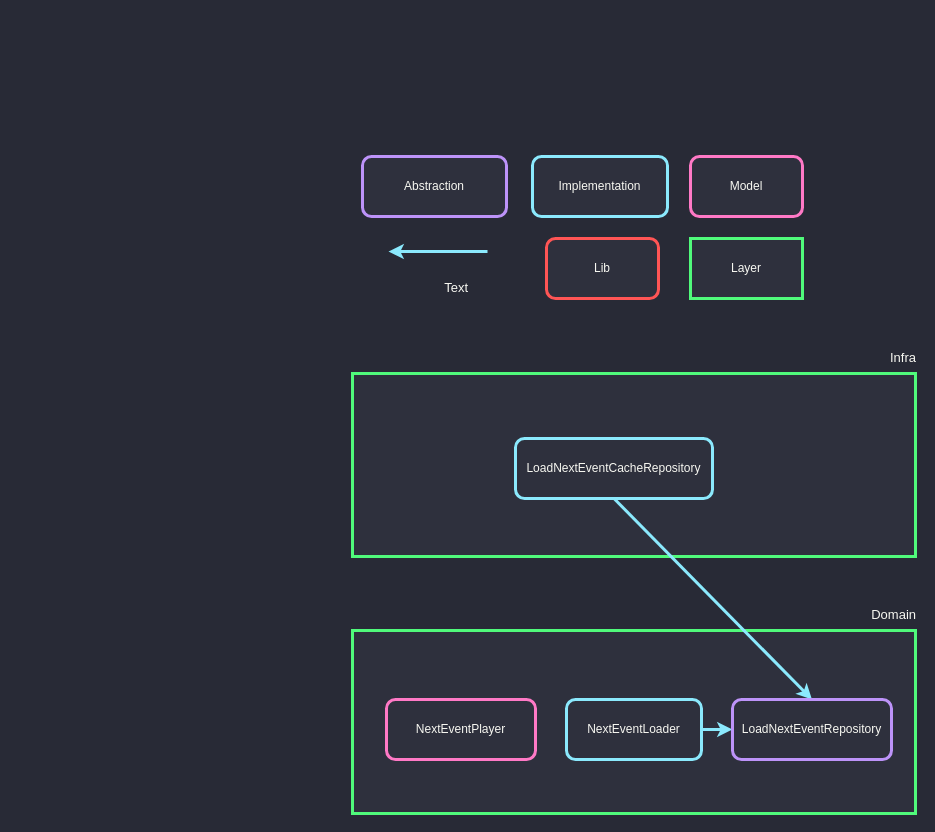
Earlier version of the draw.io diagram docs/dependencies.drawio (rmanguinho/advanced-flutter). Source tidied: cells renumbered, new cells numbered last; positions are measured from the earlier drawing's top-left corner, leaving out a move shared by most shapes. Both pictures are drawn from the tidied source at 100%, with x=0, y=0 at pixel (352, 156).
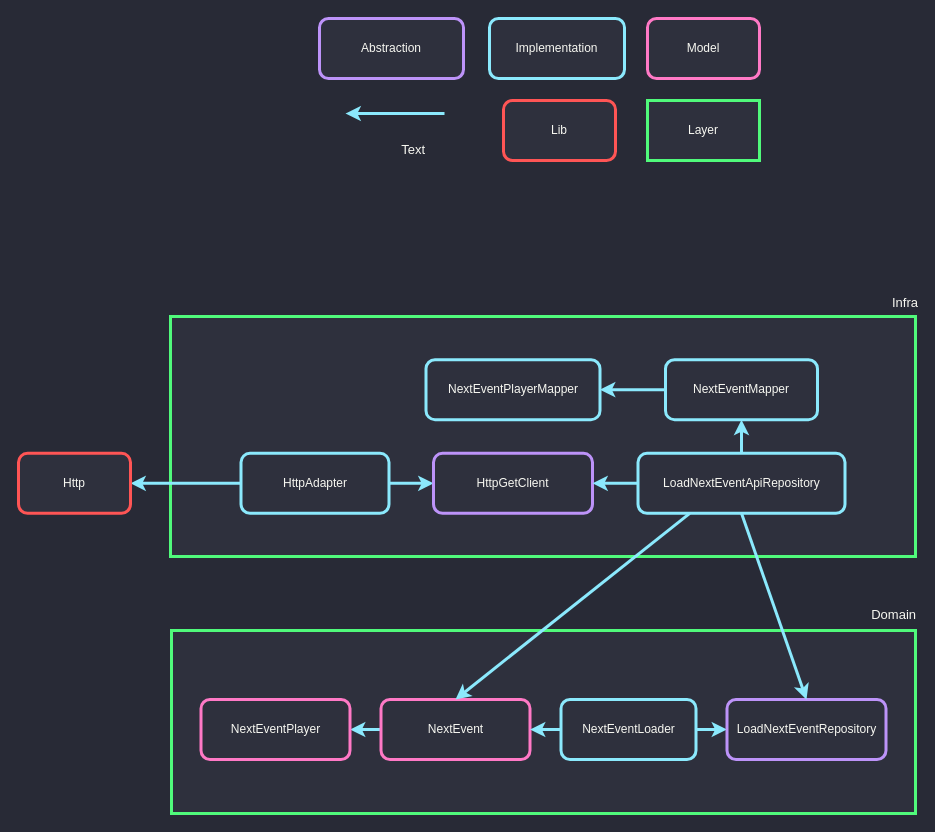
The same diagram, later.

Commit message:
update dependencies diagram

What changed in the source:
```diff
@@
     <mxCell id="2" value="Abstraction" style="rounded=1;whiteSpace=wrap;html=1;strokeColor=#BD93F9;fillColor=#2E303D;strokeWidth=3;fontColor=#F8F8F2;" parent="1" vertex="1">
-      <mxGeometry x="10" width="144" height="60" as="geometry" />
+      <mxGeometry x="-33" y="-138" width="144" height="60" as="geometry" />
     </mxCell>
     <mxCell id="3" value="Model" style="rounded=1;whiteSpace=wrap;html=1;strokeColor=#FF79C6;fillColor=#2E303D;strokeWidth=3;fontColor=#F8F8F2;" parent="1" vertex="1">
-      <mxGeometry x="338" width="112" height="60" as="geometry" />
+      <mxGeometry x="295" y="-138" width="112" height="60" as="geometry" />
     </mxCell>
     <mxCell id="4" value="Text" style="text;html=1;align=right;verticalAlign=middle;spacingTop=0;fontColor=#F8F8F2;fontSize=13;spacing=0;" parent="1" vertex="1">
-      <mxGeometry x="77" y="120" width="38" height="22" as="geometry" />
+      <mxGeometry x="34" y="-18" width="38" height="22" as="geometry" />
     </mxCell>
@@
     <mxCell id="7" style="edgeStyle=orthogonalEdgeStyle;rounded=0;orthogonalLoop=1;jettySize=auto;html=1;strokeColor=#8BE9FD;strokeWidth=3;" parent="1" edge="1">
       <mxGeometry relative="1" as="geometry">
-        <mxPoint x="135" y="95" as="sourcePoint" />
-        <mxPoint x="36" y="95" as="targetPoint" />
+        <mxPoint x="92" y="-43" as="sourcePoint" />
+        <mxPoint x="-7" y="-43" as="targetPoint" />
       </mxGeometry>
     </mxCell>
     <mxCell id="8" value="Implementation" style="rounded=1;whiteSpace=wrap;html=1;strokeColor=#8BE9FD;fillColor=#2E303D;strokeWidth=3;fontColor=#F8F8F2;" parent="1" vertex="1">
-      <mxGeometry x="180" width="135" height="60" as="geometry" />
+      <mxGeometry x="137" y="-138" width="135" height="60" as="geometry" />
     </mxCell>
     <mxCell id="9" value="Layer" style="rounded=0;whiteSpace=wrap;html=1;strokeColor=#50FA7B;fillColor=#2E303D;strokeWidth=3;fontColor=#F8F8F2;" parent="1" vertex="1">
-      <mxGeometry x="338" y="82" width="112" height="60" as="geometry" />
+      <mxGeometry x="295" y="-56" width="112" height="60" as="geometry" />
     </mxCell>
     <mxCell id="10" value="Lib" style="rounded=1;whiteSpace=wrap;html=1;strokeColor=#FF5555;fillColor=#2E303D;strokeWidth=3;fontColor=#F8F8F2;" parent="1" vertex="1">
-      <mxGeometry x="194" y="82" width="112" height="60" as="geometry" />
+      <mxGeometry x="151" y="-56" width="112" height="60" as="geometry" />
     </mxCell>
     <mxCell id="11" style="rounded=0;whiteSpace=wrap;html=1;strokeColor=#50FA7B;fillColor=#2E303D;strokeWidth=3;fontColor=#F8F8F2;" parent="1" vertex="1">
-      <mxGeometry y="474" width="563" height="183" as="geometry" />
+      <mxGeometry x="-181" y="474" width="744" height="183" as="geometry" />
     </mxCell>
@@
+    <mxCell id="21" style="edgeStyle=none;html=1;exitX=0;exitY=0.5;exitDx=0;exitDy=0;entryX=1;entryY=0.5;entryDx=0;entryDy=0;rounded=0;strokeColor=#8BE9FD;strokeWidth=3;" parent="1" edge="1" source="13" target="25">
+      <mxGeometry relative="1" as="geometry" />
+    </mxCell>
-    <mxCell id="13" value="NextEventPlayer" style="rounded=1;whiteSpace=wrap;html=1;strokeColor=#FF79C6;fillColor=#2E303D;strokeWidth=3;fontColor=#F8F8F2;" parent="1" vertex="1">
-      <mxGeometry x="34" y="543" width="149" height="60" as="geometry" />
+    <mxCell id="13" value="NextEvent" style="rounded=1;whiteSpace=wrap;html=1;strokeColor=#FF79C6;fillColor=#2E303D;strokeWidth=3;fontColor=#F8F8F2;" parent="1" vertex="1">
+      <mxGeometry x="28.5" y="543" width="149" height="60" as="geometry" />
     </mxCell>
@@
+    <mxCell id="22" style="edgeStyle=none;html=1;exitX=0;exitY=0.5;exitDx=0;exitDy=0;entryX=1;entryY=0.5;entryDx=0;entryDy=0;rounded=0;strokeColor=#8BE9FD;strokeWidth=3;" parent="1" edge="1" source="15" target="13">
+      <mxGeometry relative="1" as="geometry" />
+    </mxCell>
     <mxCell id="15" value="NextEventLoader" style="rounded=1;whiteSpace=wrap;html=1;strokeColor=#8BE9FD;fillColor=#2E303D;strokeWidth=3;fontColor=#F8F8F2;" parent="1" vertex="1">
-      <mxGeometry x="214" y="543" width="135" height="60" as="geometry" />
+      <mxGeometry x="208.5" y="543" width="135" height="60" as="geometry" />
     </mxCell>
     <mxCell id="16" style="rounded=0;whiteSpace=wrap;html=1;strokeColor=#50FA7B;fillColor=#2E303D;strokeWidth=3;fontColor=#F8F8F2;" parent="1" vertex="1">
-      <mxGeometry y="217" width="563" height="183" as="geometry" />
+      <mxGeometry x="-182" y="160" width="745" height="240" as="geometry" />
     </mxCell>
     <mxCell id="17" value="Infra" style="text;html=1;align=right;verticalAlign=middle;spacingTop=0;fontColor=#F8F8F2;fontSize=13;spacing=0;" parent="1" vertex="1">
-      <mxGeometry x="523" y="190" width="40" height="22" as="geometry" />
+      <mxGeometry x="525" y="135" width="40" height="22" as="geometry" />
     </mxCell>
-    <mxCell id="18" style="edgeStyle=none;html=1;exitX=0.5;exitY=1;exitDx=0;exitDy=0;entryX=0.5;entryY=0;entryDx=0;entryDy=0;rounded=0;strokeColor=#8BE9FD;strokeWidth=3;" parent="1" edge="1" source="19" target="20">
-      <mxGeometry relative="1" as="geometry" />
-    </mxCell>
+    <mxCell id="23" style="edgeStyle=none;html=1;exitX=1;exitY=0.5;exitDx=0;exitDy=0;entryX=0;entryY=0.5;entryDx=0;entryDy=0;rounded=0;strokeColor=#8BE9FD;strokeWidth=3;" parent="1" edge="1" source="19" target="26">
+      <mxGeometry relative="1" as="geometry" />
+    </mxCell>
+    <mxCell id="24" style="edgeStyle=none;html=1;exitX=0;exitY=0.5;exitDx=0;exitDy=0;entryX=1;entryY=0.5;entryDx=0;entryDy=0;rounded=0;strokeColor=#8BE9FD;strokeWidth=3;" parent="1" edge="1" source="19" target="32">
+      <mxGeometry relative="1" as="geometry" />
+    </mxCell>
-    <mxCell id="19" value="LoadNextEventCacheRepository" style="rounded=1;whiteSpace=wrap;html=1;strokeColor=#8BE9FD;fillColor=#2E303D;strokeWidth=3;fontColor=#F8F8F2;" parent="1" vertex="1">
-      <mxGeometry x="163" y="282" width="197" height="60" as="geometry" />
+    <mxCell id="19" value="HttpAdapter" style="rounded=1;whiteSpace=wrap;html=1;strokeColor=#8BE9FD;fillColor=#2E303D;strokeWidth=3;fontColor=#F8F8F2;" parent="1" vertex="1">
+      <mxGeometry x="-111.5" y="296.8" width="148" height="60" as="geometry" />
     </mxCell>
     <mxCell id="20" value="LoadNextEventRepository" style="rounded=1;whiteSpace=wrap;html=1;strokeColor=#BD93F9;fillColor=#2E303D;strokeWidth=3;fontColor=#F8F8F2;" parent="1" vertex="1">
-      <mxGeometry x="380" y="543" width="159" height="60" as="geometry" />
+      <mxGeometry x="374.5" y="543" width="159" height="60" as="geometry" />
     </mxCell>
+    <mxCell id="25" value="NextEventPlayer" style="rounded=1;whiteSpace=wrap;html=1;strokeColor=#FF79C6;fillColor=#2E303D;strokeWidth=3;fontColor=#F8F8F2;" parent="1" vertex="1">
+      <mxGeometry x="-151.5" y="543" width="149" height="60" as="geometry" />
+    </mxCell>
+    <mxCell id="26" value="HttpGetClient" style="rounded=1;whiteSpace=wrap;html=1;strokeColor=#BD93F9;fillColor=#2E303D;strokeWidth=3;fontColor=#F8F8F2;" parent="1" vertex="1">
+      <mxGeometry x="81" y="296.8" width="159" height="60" as="geometry" />
+    </mxCell>
+    <mxCell id="27" style="edgeStyle=none;html=1;exitX=0.5;exitY=1;exitDx=0;exitDy=0;entryX=0.5;entryY=0;entryDx=0;entryDy=0;rounded=0;strokeColor=#8BE9FD;strokeWidth=3;" parent="1" edge="1" source="31" target="20">
+      <mxGeometry relative="1" as="geometry" />
+    </mxCell>
+    <mxCell id="28" style="edgeStyle=none;html=1;exitX=0.25;exitY=1;exitDx=0;exitDy=0;entryX=0.5;entryY=0;entryDx=0;entryDy=0;rounded=0;strokeColor=#8BE9FD;strokeWidth=3;" parent="1" edge="1" source="31" target="13">
+      <mxGeometry relative="1" as="geometry" />
+    </mxCell>
+    <mxCell id="29" style="edgeStyle=none;html=1;exitX=0;exitY=0.5;exitDx=0;exitDy=0;entryX=1;entryY=0.5;entryDx=0;entryDy=0;rounded=0;strokeColor=#8BE9FD;strokeWidth=3;" parent="1" edge="1" source="31" target="26">
+      <mxGeometry relative="1" as="geometry" />
+    </mxCell>
+    <mxCell id="30" style="edgeStyle=none;html=1;exitX=0.5;exitY=0;exitDx=0;exitDy=0;entryX=0.5;entryY=1;entryDx=0;entryDy=0;rounded=0;strokeColor=#8BE9FD;strokeWidth=3;" parent="1" edge="1" source="31" target="34">
+      <mxGeometry relative="1" as="geometry" />
+    </mxCell>
+    <mxCell id="31" value="LoadNextEventApiRepository" style="rounded=1;whiteSpace=wrap;html=1;strokeColor=#8BE9FD;fillColor=#2E303D;strokeWidth=3;fontColor=#F8F8F2;" parent="1" vertex="1">
+      <mxGeometry x="285.5" y="296.8" width="207" height="60" as="geometry" />
+    </mxCell>
+    <mxCell id="32" value="Http" style="rounded=1;whiteSpace=wrap;html=1;strokeColor=#FF5555;fillColor=#2E303D;strokeWidth=3;fontColor=#F8F8F2;" parent="1" vertex="1">
+      <mxGeometry x="-334" y="296.8" width="112" height="60" as="geometry" />
+    </mxCell>
+    <mxCell id="33" style="edgeStyle=none;html=1;exitX=0;exitY=0.5;exitDx=0;exitDy=0;entryX=1;entryY=0.5;entryDx=0;entryDy=0;rounded=0;strokeColor=#8BE9FD;strokeWidth=3;" parent="1" edge="1" source="34" target="35">
+      <mxGeometry relative="1" as="geometry" />
+    </mxCell>
+    <mxCell id="34" value="NextEventMapper" style="rounded=1;whiteSpace=wrap;html=1;strokeColor=#8BE9FD;fillColor=#2E303D;strokeWidth=3;fontColor=#F8F8F2;" parent="1" vertex="1">
+      <mxGeometry x="313" y="203.2" width="152" height="60" as="geometry" />
+    </mxCell>
+    <mxCell id="35" value="NextEventPlayerMapper" style="rounded=1;whiteSpace=wrap;html=1;strokeColor=#8BE9FD;fillColor=#2E303D;strokeWidth=3;fontColor=#F8F8F2;" parent="1" vertex="1">
+      <mxGeometry x="73.5" y="203.2" width="174" height="60" as="geometry" />
+    </mxCell>
```
